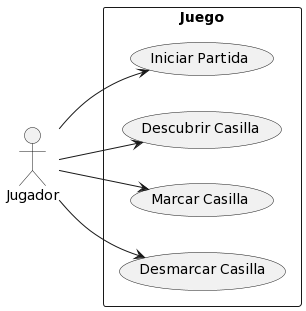
Earlier version of the PlantUML export Diagramas/DiagramaCasoUso.png (XIMaxi/Proyecto_Arqui).
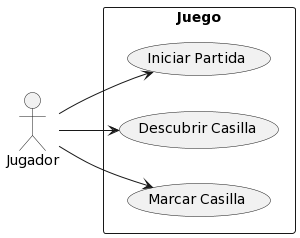
After the change.

Diff of the diagram source:
```diff
@@ -6,10 +6,5 @@
   J --> (Iniciar Partida)
   J --> (Descubrir Casilla)
   J --> (Marcar Casilla)
-  J --> (Desmarcar Casilla)
-  (Iniciar Partida)
-  (Descubrir Casilla)
-  (Descubrir Casilla)
-  (Marcar Casilla)
 }
 @enduml
```
